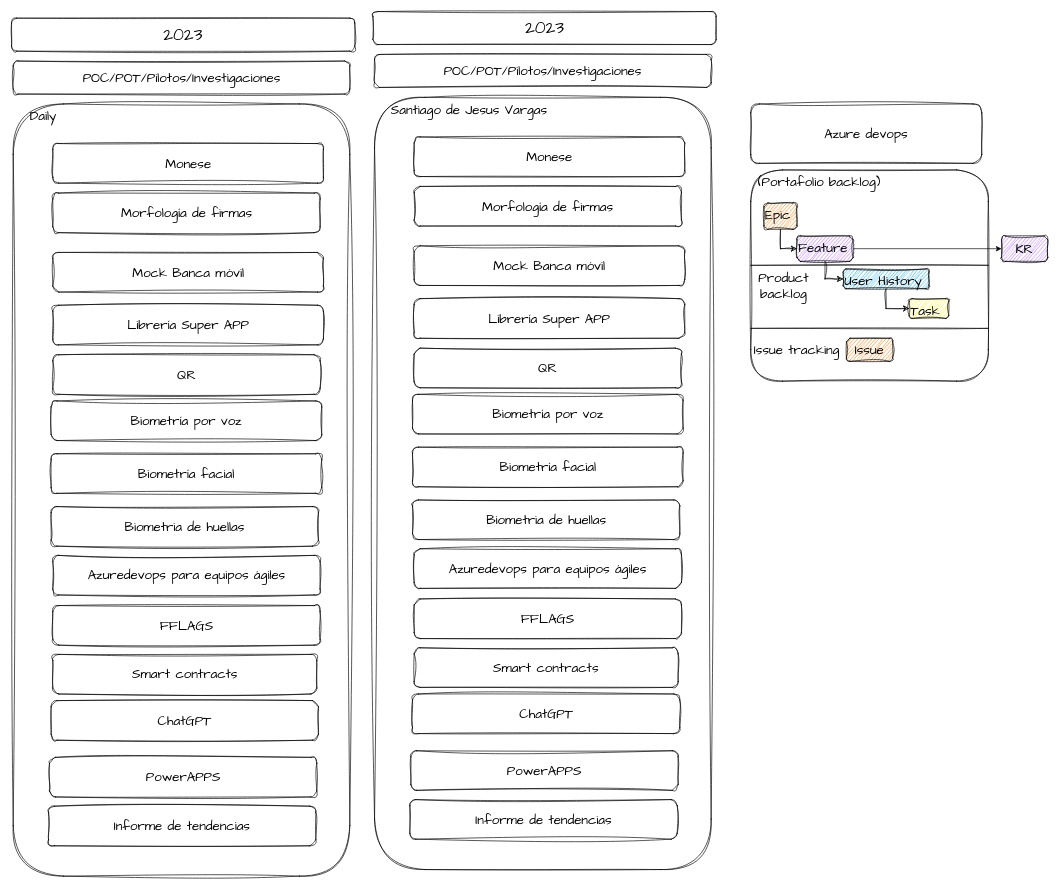
This is page "POC" (2 of 3) of Custodia iniciativas.drawio from santiagovb/Diagramas, a draw.io file, before an edit. Source tidied: cells renumbered, new cells numbered last; positions are measured from the earlier drawing's top-left corner, leaving out a move shared by most shapes. Both pictures are drawn from the tidied source at 66%, with x=0, y=0 at pixel (11, 11).
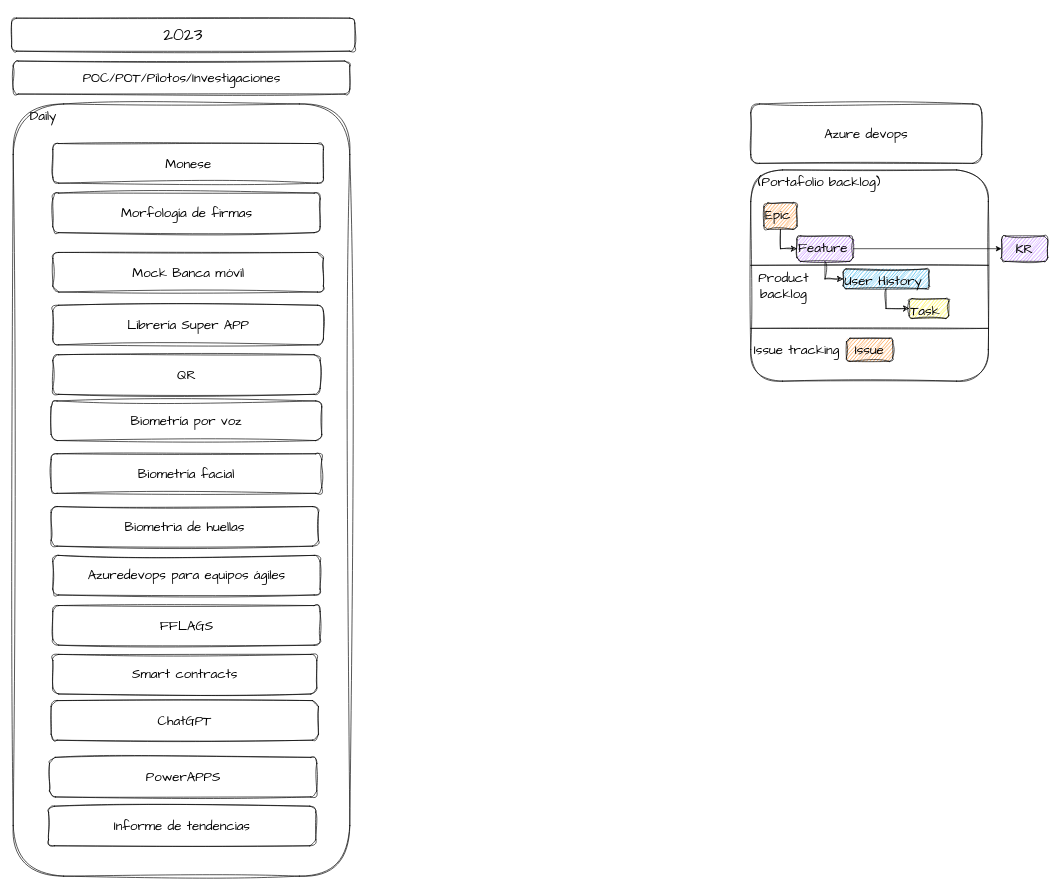
Above is the later version.

The edit, as a diff of the source:
```diff
@@
-    <mxCell id="2" value="Santiago de Jesus Vargas" style="rounded=1;whiteSpace=wrap;html=1;sketch=1;hachureGap=4;jiggle=2;curveFitting=1;fontFamily=Architects Daughter;fontSize=20;fontColor=#000000;labelBackgroundColor=none;verticalAlign=top;align=left;spacingLeft=23;" parent="1" vertex="1">
-      <mxGeometry x="550" y="130" width="510" height="1170" as="geometry" />
-    </mxCell>
-    <mxCell id="3" value="Monese" style="rounded=1;whiteSpace=wrap;html=1;sketch=1;hachureGap=4;jiggle=2;curveFitting=1;fontFamily=Architects Daughter;fontSize=20;fontColor=#000000;labelBackgroundColor=none;" parent="1" vertex="1">
-      <mxGeometry x="610" y="190" width="410" height="60" as="geometry" />
-    </mxCell>
-    <mxCell id="4" value="Biometría por voz" style="text;whiteSpace=wrap;html=1;fontSize=20;fontFamily=Architects Daughter;align=center;verticalAlign=middle;fillColor=default;strokeColor=default;rounded=1;sketch=1;hachureGap=4;jiggle=2;curveFitting=1;fontColor=#000000;labelBackgroundColor=none;" parent="1" vertex="1">
-      <mxGeometry x="607.5" y="580" width="410" height="60" as="geometry" />
-    </mxCell>
-    <mxCell id="5" value="&lt;div style=&quot;text-align: left;&quot;&gt;&lt;span style=&quot;background-color: initial;&quot;&gt;Biometría facial&lt;/span&gt;&lt;/div&gt;" style="rounded=1;whiteSpace=wrap;html=1;sketch=1;hachureGap=4;jiggle=2;curveFitting=1;fontFamily=Architects Daughter;fontSize=20;gradientColor=none;fontColor=#000000;labelBackgroundColor=none;" parent="1" vertex="1">
-      <mxGeometry x="607.5" y="660" width="410" height="60" as="geometry" />
-    </mxCell>
-    <mxCell id="6" value="&lt;div style=&quot;text-align: left;&quot;&gt;Mock Banca móvil&lt;/div&gt;" style="rounded=1;whiteSpace=wrap;html=1;sketch=1;hachureGap=4;jiggle=2;curveFitting=1;fontFamily=Architects Daughter;fontSize=20;fontColor=#000000;labelBackgroundColor=none;" parent="1" vertex="1">
-      <mxGeometry x="610" y="355" width="410" height="60" as="geometry" />
-    </mxCell>
-    <mxCell id="7" value="&lt;div style=&quot;text-align: left;&quot;&gt;Librería Super APP&lt;/div&gt;" style="rounded=1;whiteSpace=wrap;html=1;sketch=1;hachureGap=4;jiggle=2;curveFitting=1;fontFamily=Architects Daughter;fontSize=20;fontColor=#000000;labelBackgroundColor=none;" parent="1" vertex="1">
-      <mxGeometry x="610" y="435" width="410" height="60" as="geometry" />
-    </mxCell>
-    <mxCell id="8" value="Smart contracts" style="rounded=1;whiteSpace=wrap;html=1;sketch=1;hachureGap=4;jiggle=2;curveFitting=1;fontFamily=Architects Daughter;fontSize=20;fontColor=#000000;labelBackgroundColor=none;" parent="1" vertex="1">
-      <mxGeometry x="610" y="964" width="400" height="60" as="geometry" />
-    </mxCell>
-    <mxCell id="9" value="ChatGPT" style="rounded=1;whiteSpace=wrap;html=1;sketch=1;hachureGap=4;jiggle=2;curveFitting=1;fontFamily=Architects Daughter;fontSize=20;fontColor=#000000;labelBackgroundColor=none;" parent="1" vertex="1">
-      <mxGeometry x="607.5" y="1034" width="405" height="60" as="geometry" />
-    </mxCell>
-    <mxCell id="10" value="&lt;div style=&quot;text-align: left;&quot;&gt;&lt;span style=&quot;background-color: initial;&quot;&gt;Biometria de huellas&lt;/span&gt;&lt;/div&gt;" style="rounded=1;whiteSpace=wrap;html=1;sketch=1;hachureGap=4;jiggle=2;curveFitting=1;fontFamily=Architects Daughter;fontSize=20;fontColor=#000000;labelBackgroundColor=none;" parent="1" vertex="1">
-      <mxGeometry x="607.5" y="740" width="405" height="60" as="geometry" />
-    </mxCell>
-    <mxCell id="11" value="&lt;div style=&quot;text-align: left;&quot;&gt;&lt;span style=&quot;background-color: initial;&quot;&gt;Morfología de firmas&lt;/span&gt;&lt;/div&gt;" style="rounded=1;whiteSpace=wrap;html=1;sketch=1;hachureGap=4;jiggle=2;curveFitting=1;fontFamily=Architects Daughter;fontSize=20;fontColor=#000000;labelBackgroundColor=none;" parent="1" vertex="1">
-      <mxGeometry x="610" y="265" width="405" height="60" as="geometry" />
-    </mxCell>
-    <mxCell id="12" value="&lt;span style=&quot;accent-color: auto; place-content: normal; place-items: normal; place-self: auto; alignment-baseline: auto; animation: 0s ease 0s 1 normal none running none; app-region: none; appearance: none; aspect-ratio: auto; backdrop-filter: none; backface-visibility: visible; background-image: none; background-position: 0% 0%; background-size: auto; background-repeat: repeat; background-attachment: scroll; background-origin: padding-box; background-clip: border-box; background-blend-mode: normal; baseline-shift: 0px; border-image: none 100% / 1 / 0 stretch; border-color: rgb(0, 0, 0); border-collapse: separate; border-end-end-radius: 0px; border-end-start-radius: 0px; border-width: 0px; border-style: none; border-spacing: 0px; border-start-end-radius: 0px; border-start-start-radius: 0px; border-radius: 0px; inset: auto; box-shadow: none; box-sizing: content-box; break-after: auto; break-before: auto; break-inside: auto; buffered-rendering: auto; caption-side: top; caret-color: rgb(0, 0, 0); clear: none; clip: auto; clip-path: none; clip-rule: nonzero; color-interpolation: srgb; color-interpolation-filters: linearrgb; color-rendering: auto; color-scheme: normal; columns: auto auto; column-fill: balance; gap: normal; column-rule: 0px none rgb(0, 0, 0); column-span: none; contain: none; contain-intrinsic-block-size: none; contain-intrinsic-size: none; contain-intrinsic-inline-size: none; container: none; content: normal; content-visibility: visible; counter-increment: none; counter-reset: none; counter-set: none; cursor: text; cx: 0px; cy: 0px; d: none; direction: ltr; display: inline; dominant-baseline: auto; empty-cells: show; fill: rgb(0, 0, 0); fill-opacity: 1; fill-rule: nonzero; filter: none; flex: 0 1 auto; flex-flow: row nowrap; float: none; flood-color: rgb(0, 0, 0); flood-opacity: 1; font-feature-settings: normal; font-kerning: none; font-optical-sizing: auto; font-palette: normal; font-size: 20px; font-stretch: 100%; font-synthesis: weight style small-caps; font-variant-ligatures: no-common-ligatures no-discretionary-ligatures no-historical-ligatures no-contextual; font-variant-numeric: normal; font-variant-east-asian: normal; font-variation-settings: normal; forced-color-adjust: auto; grid-area: auto / auto / auto / auto; grid: auto-flow auto / none; height: auto; hyphenate-character: auto; hyphens: manual; image-orientation: from-image; image-rendering: auto; inline-size: auto; inset-block: auto; inset-inline: auto; isolation: auto; lighting-color: rgb(255, 255, 255); line-height: 10px; list-style: outside none disc; margin: 0px; marker: none; mask: none; mask-type: luminance; max-height: none; max-width: none; min-height: 0px; min-width: 0px; mix-blend-mode: normal; object-fit: fill; object-position: 50% 50%; object-view-box: none; offset: none 0px auto 0deg; opacity: 1; order: 0; outline: rgb(0, 0, 0) none 0px; outline-offset: 0px; overflow: visible; overflow-anchor: auto; overflow-clip-margin: 0px; overflow-wrap: break-word; overscroll-behavior-block: auto; overscroll-behavior-inline: auto; overscroll-behavior: auto; padding: 0.00978849px 0px 0px; page: auto; paint-order: normal; perspective: none; perspective-origin: 0px 0px; pointer-events: all; position: static; quotes: auto; r: 0px; resize: none; rotate: none; ruby-position: over; rx: auto; ry: auto; scale: none; scroll-behavior: auto; scroll-margin-block: 0px; scroll-margin: 0px; scroll-margin-inline: 0px; scroll-padding-block: auto; scroll-padding: auto; scroll-padding-inline: auto; scroll-snap-align: none; scroll-snap-stop: normal; scroll-snap-type: none; scrollbar-gutter: auto; shape-image-threshold: 0; shape-margin: 0px; shape-outside: none; shape-rendering: auto; speak: normal; stop-color: rgb(0, 0, 0); stop-opacity: 1; stroke: none; stroke-dasharray: none; stroke-dashoffset: 0px; stroke-linecap: butt; stroke-linejoin: miter; stroke-miterlimit: 4; stroke-opacity: 1; stroke-width: 1px; tab-size: 8; table-layout: auto; text-align: left; text-align-last: auto; text-anchor: start; text-combine-upright: none; text-decoration-style: solid; text-decoration-color: rgb(0, 0, 0); text-decoration-skip-ink: none; text-emphasis: none rgb(0, 0, 0); text-emphasis-position: over; text-orientation: mixed; text-overflow: clip; text-rendering: auto; text-shadow: none; text-size-adjust: auto; text-underline-offset: auto; text-underline-position: auto; touch-action: pan-x pan-y; transform: none; transform-box: view-box; transform-origin: 0px 0px; transform-style: flat; transition: all 0s ease 0s; translate: none; unicode-bidi: normal; user-select: text; vector-effect: none; vertical-align: -0.00978849px; visibility: visible; border-block-end: 0px none rgb(0, 0, 0); border-block-start: 0px none rgb(0, 0, 0); border-inline-end: 0px none rgb(0, 0, 0); -webkit-border-image: none; border-inline-start: 0px none rgb(0, 0, 0); -webkit-box-align: stretch; -webkit-box-decoration-break: slice; -webkit-box-direction: normal; -webkit-box-flex: 0; -webkit-box-ordinal-group: 1; -webkit-box-orient: horizontal; -webkit-box-pack: start; -webkit-font-smoothing: auto; -webkit-highlight: none; -webkit-line-break: after-white-space; -webkit-locale: &amp;quot;en-US&amp;quot;; block-size: auto; margin-block: 0px; margin-inline: 0px; -webkit-mask-box-image-source: none; -webkit-mask-box-image-slice: 0 fill; -webkit-mask-box-image-width: auto; -webkit-mask-box-image-outset: 0; -webkit-mask-box-image-repeat: stretch; -webkit-mask: none 0% 0% / auto repeat border-box border-box; -webkit-mask-composite: source-over; max-block-size: none; max-inline-size: none; min-block-size: 0px; min-inline-size: 0px; padding-block: 0.00978849px 0px; padding-inline: 0px; -webkit-print-color-adjust: economy; -webkit-rtl-ordering: logical; -webkit-ruby-position: before; -webkit-tap-highlight-color: rgba(0, 0, 0, 0); -webkit-text-combine: none; -webkit-text-fill-color: rgb(0, 0, 0); -webkit-text-orientation: vertical-right; -webkit-text-security: none; -webkit-text-stroke-color: rgb(0, 0, 0); -webkit-user-drag: none; -webkit-user-modify: read-write; -webkit-writing-mode: horizontal-tb; width: auto; will-change: auto; word-break: normal; writing-mode: horizontal-tb; x: 0px; y: 0px; z-index: auto; zoom: 1;&quot; lang=&quot;EN-US&quot; class=&quot;TextRun SCXP247995841 BCX0&quot; data-contrast=&quot;none&quot; data-usefontface=&quot;false&quot;&gt;&lt;span style=&quot;vertical-align: 0.00978849px; line-height: 0px; position: relative; font-size: 20px;&quot; class=&quot;SpellingError SCXP247995841 BCX0&quot;&gt;QR&lt;/span&gt;&lt;/span&gt;" style="rounded=1;whiteSpace=wrap;html=1;sketch=1;hachureGap=4;jiggle=2;curveFitting=1;fontFamily=Architects Daughter;fontSize=20;fontColor=#000000;labelBackgroundColor=none;" parent="1" vertex="1">
-      <mxGeometry x="610" y="510" width="405" height="60" as="geometry" />
-    </mxCell>
-    <mxCell id="13" value="Azuredevops para equipos ágiles" style="rounded=1;whiteSpace=wrap;html=1;sketch=1;hachureGap=4;jiggle=2;curveFitting=1;fontFamily=Architects Daughter;fontSize=20;fontColor=#000000;labelBackgroundColor=none;" parent="1" vertex="1">
-      <mxGeometry x="610" y="814" width="405" height="60" as="geometry" />
-    </mxCell>
-    <mxCell id="14" value="FFLAGS" style="rounded=1;whiteSpace=wrap;html=1;sketch=1;hachureGap=4;jiggle=2;curveFitting=1;fontFamily=Architects Daughter;fontSize=20;fontColor=#000000;labelBackgroundColor=none;" parent="1" vertex="1">
-      <mxGeometry x="610" y="890" width="405" height="60" as="geometry" />
-    </mxCell>
@@
-    <mxCell id="16" value="&lt;font style=&quot;font-size: 26px;&quot;&gt;2023&lt;/font&gt;" style="whiteSpace=wrap;html=1;fontSize=20;fontFamily=Architects Daughter;fontColor=#000000;rounded=1;sketch=1;hachureGap=4;jiggle=2;curveFitting=1;labelBackgroundColor=none;" parent="1" vertex="1">
-      <mxGeometry x="547.5" width="520" height="50" as="geometry" />
-    </mxCell>
@@
-    <mxCell id="31" value="PowerAPPS" style="rounded=1;whiteSpace=wrap;html=1;sketch=1;hachureGap=4;jiggle=2;curveFitting=1;fontFamily=Architects Daughter;fontSize=20;fontColor=#000000;labelBackgroundColor=none;" parent="1" vertex="1">
-      <mxGeometry x="605" y="1120" width="405" height="60" as="geometry" />
-    </mxCell>
-    <mxCell id="32" value="POC/POT/Pilotos/Investigaciones" style="whiteSpace=wrap;html=1;fontSize=20;fontFamily=Architects Daughter;fontColor=#000000;rounded=1;sketch=1;hachureGap=4;jiggle=2;curveFitting=1;labelBackgroundColor=none;" parent="1" vertex="1">
-      <mxGeometry x="550" y="65" width="510" height="50" as="geometry" />
-    </mxCell>
-    <mxCell id="33" value="Informe de tendencias" style="rounded=1;whiteSpace=wrap;html=1;sketch=1;hachureGap=4;jiggle=2;curveFitting=1;fontFamily=Architects Daughter;fontSize=20;fontColor=#000000;labelBackgroundColor=none;" parent="1" vertex="1">
-      <mxGeometry x="603.5" y="1194" width="405" height="60" as="geometry" />
-    </mxCell>
```
